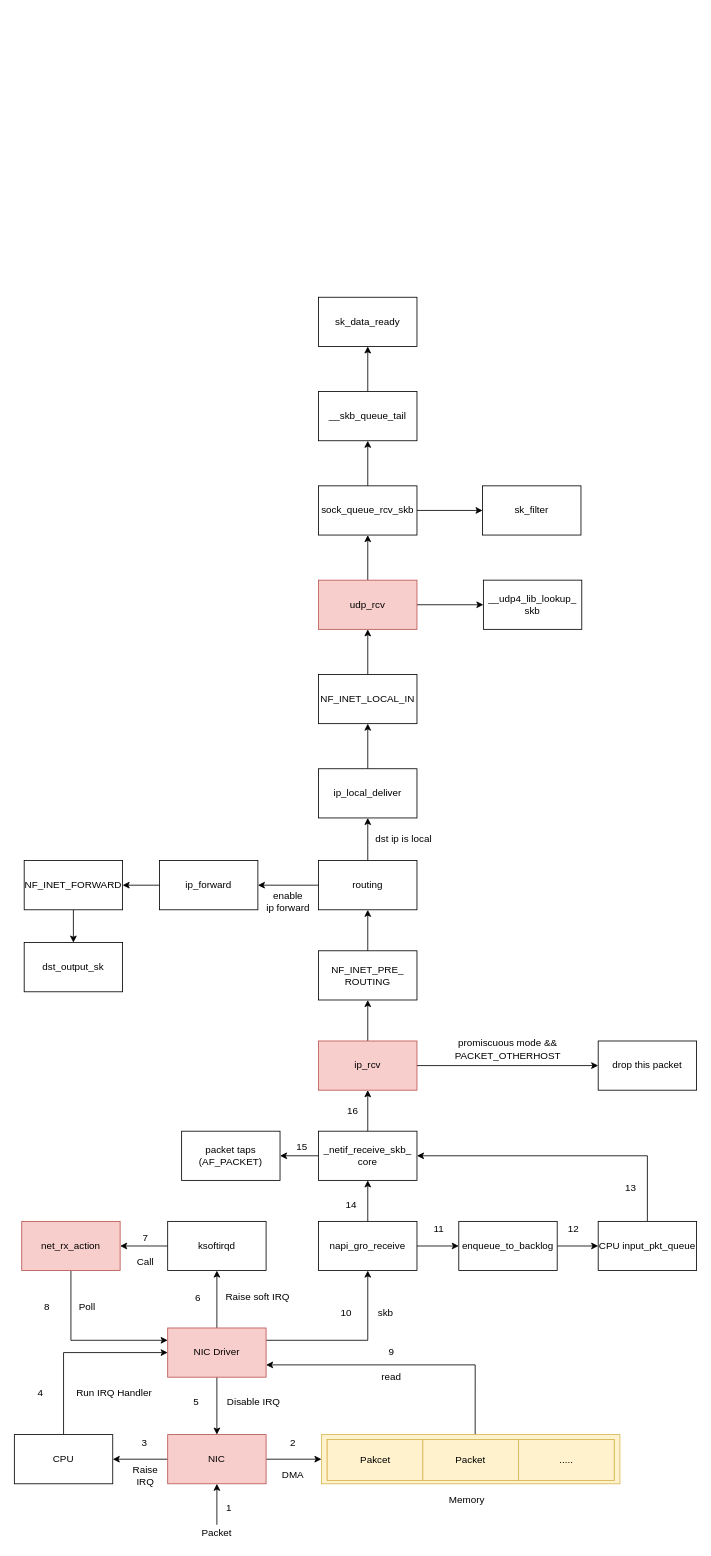
The draw.io diagram linux_receive_data.drawio in ctimbai/draw.io, before the edit. Source tidied: cells renumbered, new cells numbered last; positions are measured from the earlier drawing's top-left corner, leaving out a move shared by most shapes. Both pictures are drawn from the tidied source at 82%, with x=0, y=0 at pixel (14, 297).
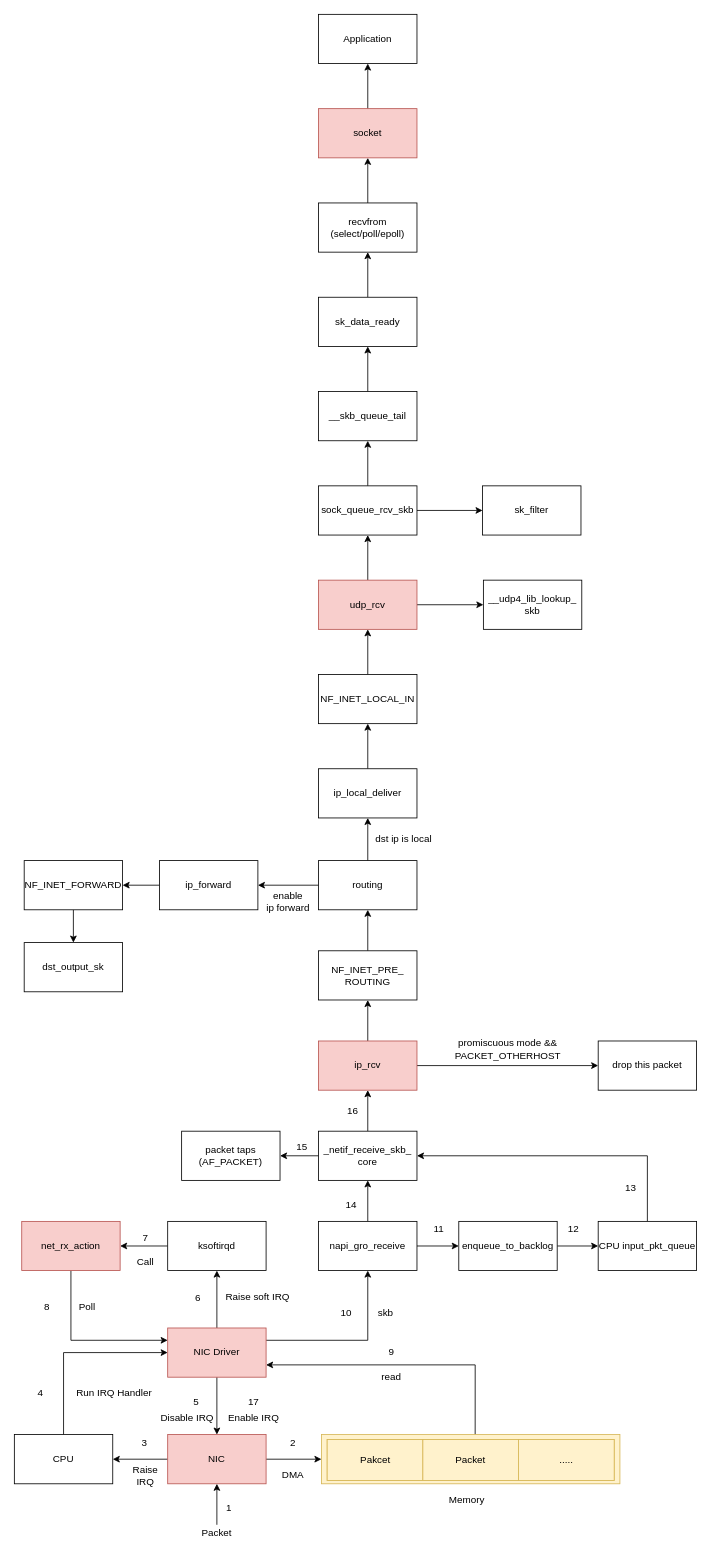
The same diagram, later.

The change refers to these unchanged cells:
```xml
<mxCell id="92" value="sk_data_ready" style="rounded=0;whiteSpace=wrap;html=1;" parent="1" vertex="1">
  <mxGeometry x="371" width="120" height="60" as="geometry" />
</mxCell>
```

The edit, as a diff of the source:
```diff
@@
     <mxCell id="23" value="Disable IRQ" style="text;html=1;strokeColor=none;fillColor=none;align=center;verticalAlign=middle;whiteSpace=wrap;rounded=0;" parent="1" vertex="1">
-      <mxGeometry x="242" y="1338" width="100" height="20" as="geometry" />
+      <mxGeometry x="161" y="1357" width="100" height="20" as="geometry" />
     </mxCell>
@@
+    <mxCell id="94" style="edgeStyle=orthogonalEdgeStyle;rounded=0;jettySize=auto;html=1;" parent="1" edge="1" source="92" target="96">
+      <mxGeometry relative="1" as="geometry" />
+    </mxCell>
@@
+    <mxCell id="95" style="edgeStyle=orthogonalEdgeStyle;rounded=0;jettySize=auto;html=1;" parent="1" edge="1" source="96" target="98">
+      <mxGeometry relative="1" as="geometry" />
+    </mxCell>
+    <mxCell id="96" value="recvfrom&lt;br&gt;(select/poll/epoll)&lt;br&gt;" style="rounded=0;whiteSpace=wrap;html=1;" parent="1" vertex="1">
+      <mxGeometry x="371" y="-115" width="120" height="60" as="geometry" />
+    </mxCell>
+    <mxCell id="97" style="edgeStyle=orthogonalEdgeStyle;rounded=0;jettySize=auto;html=1;" parent="1" edge="1" source="98" target="99">
+      <mxGeometry relative="1" as="geometry" />
+    </mxCell>
+    <mxCell id="98" value="socket" style="rounded=0;whiteSpace=wrap;html=1;fillColor=#f8cecc;strokeColor=#b85450;" parent="1" vertex="1">
+      <mxGeometry x="371" y="-230" width="120" height="60" as="geometry" />
+    </mxCell>
+    <mxCell id="99" value="Application" style="rounded=0;whiteSpace=wrap;html=1;" parent="1" vertex="1">
+      <mxGeometry x="371" y="-345" width="120" height="60" as="geometry" />
+    </mxCell>
@@
+    <mxCell id="100" value="17" style="text;html=1;strokeColor=none;fillColor=none;align=center;verticalAlign=middle;whiteSpace=wrap;rounded=0;" parent="1" vertex="1">
+      <mxGeometry x="272" y="1337" width="40" height="20" as="geometry" />
+    </mxCell>
+    <mxCell id="101" value="Enable IRQ" style="text;html=1;strokeColor=none;fillColor=none;align=center;verticalAlign=middle;whiteSpace=wrap;rounded=0;" parent="1" vertex="1">
+      <mxGeometry x="252" y="1357" width="80" height="20" as="geometry" />
+    </mxCell>
```
